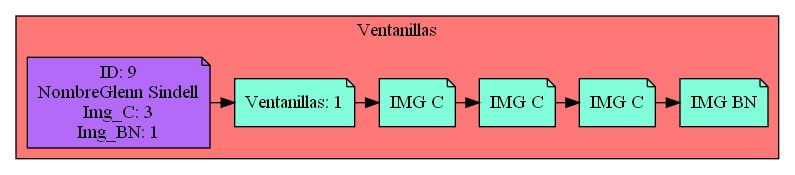
This is Simple_Windows.png from Serch-ING/EDD_UDRAWING_202000119, a Graphviz export, as it was before one commit. Its source is kept beside it as Simple_Windows.dot.
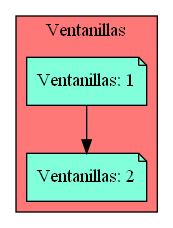
Above is the later version.

Diff of the diagram source:
```diff
@@ -3,21 +3,10 @@
 subgraph cluster_p{
     label= " Ventanillas "
     bgcolor = "#FF7878"
-Nodo1192171522[label="Ventanillas: 1",fillcolor="#81FFDA",group=1]
+Nodo1661081225[label="Ventanillas: 1",fillcolor="#81FFDA",group=1]
+Nodo1882554559[label="Ventanillas: 2",fillcolor="#81FFDA",group=2]
 
-Cliente530737374[label="ID: 9
-NombreGlenn Sindell
-Img_C: 3
-Img_BN: 1",fillcolor="#B36AF9",group=1]
-Cliente530737374-> Nodo1192171522
-Nodo1741979653[label="IMG C",fillcolor="#81FFDA"]
-Nodo78204644[label="IMG C",fillcolor="#81FFDA"]
-Nodo7967307[label="IMG C",fillcolor="#81FFDA"]
-Nodo1045997582[label="IMG BN",fillcolor="#81FFDA"]
-Nodo1741979653 -> Nodo78204644
-Nodo78204644 -> Nodo7967307
-Nodo7967307 -> Nodo1045997582
+Nodo1661081225 -> Nodo1882554559
 
-Nodo1192171522 -> Nodo1741979653
-
-{rank=same;Nodo1192171522,Cliente530737374,Nodo1741979653,Nodo78204644,Nodo7967307,Nodo1045997582}}}
+{rank=same;Nodo1661081225}
+{rank=same;Nodo1882554559}}}
```
